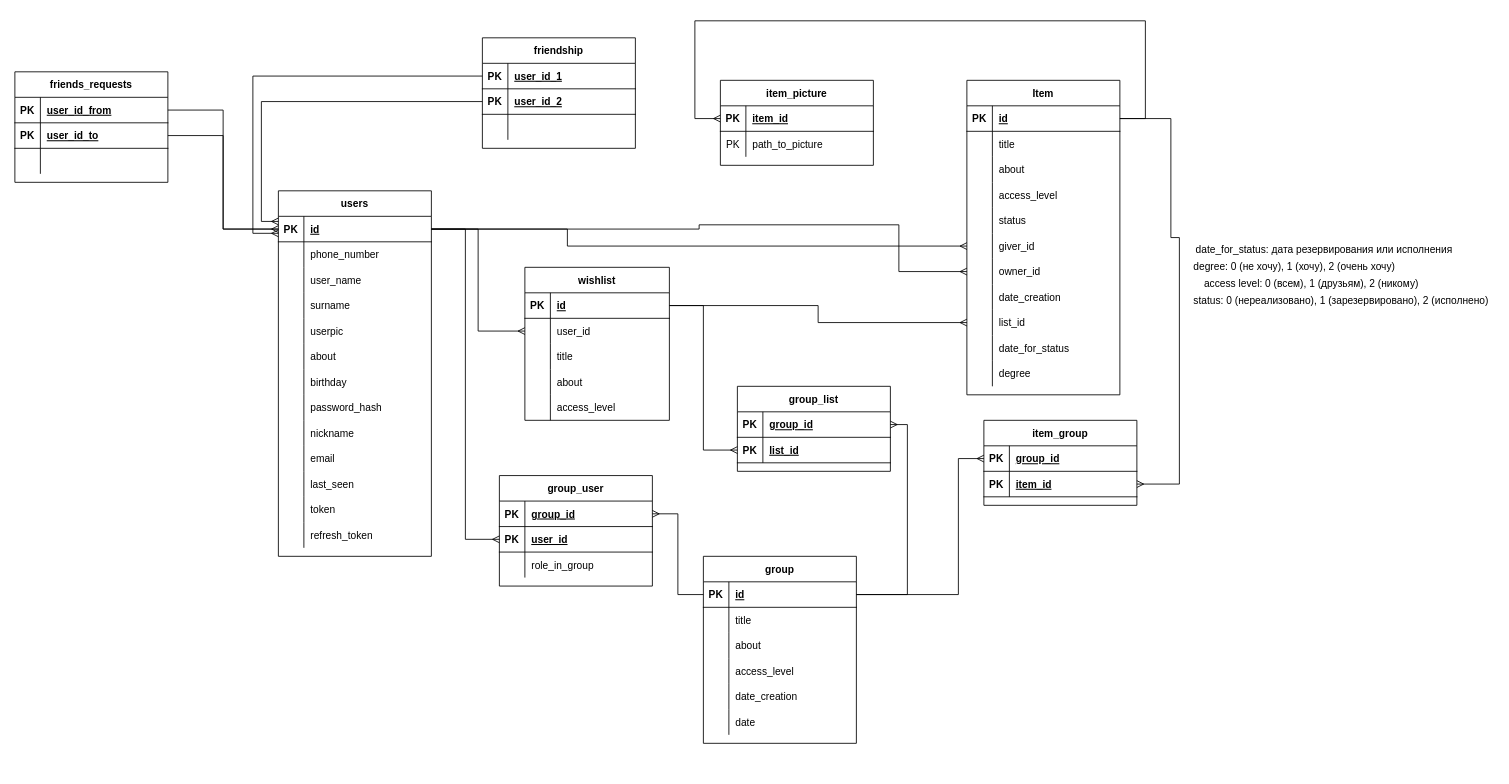
The draw.io diagram other/ER_wishlist.drawio in johuex/wishlist_GQL, before the edit. Source tidied: cells renumbered, new cells numbered last; positions are measured from the earlier drawing's top-left corner, leaving out a move shared by most shapes. Both pictures are drawn from the tidied source at 85%, with x=0, y=0 at pixel (14, 20).
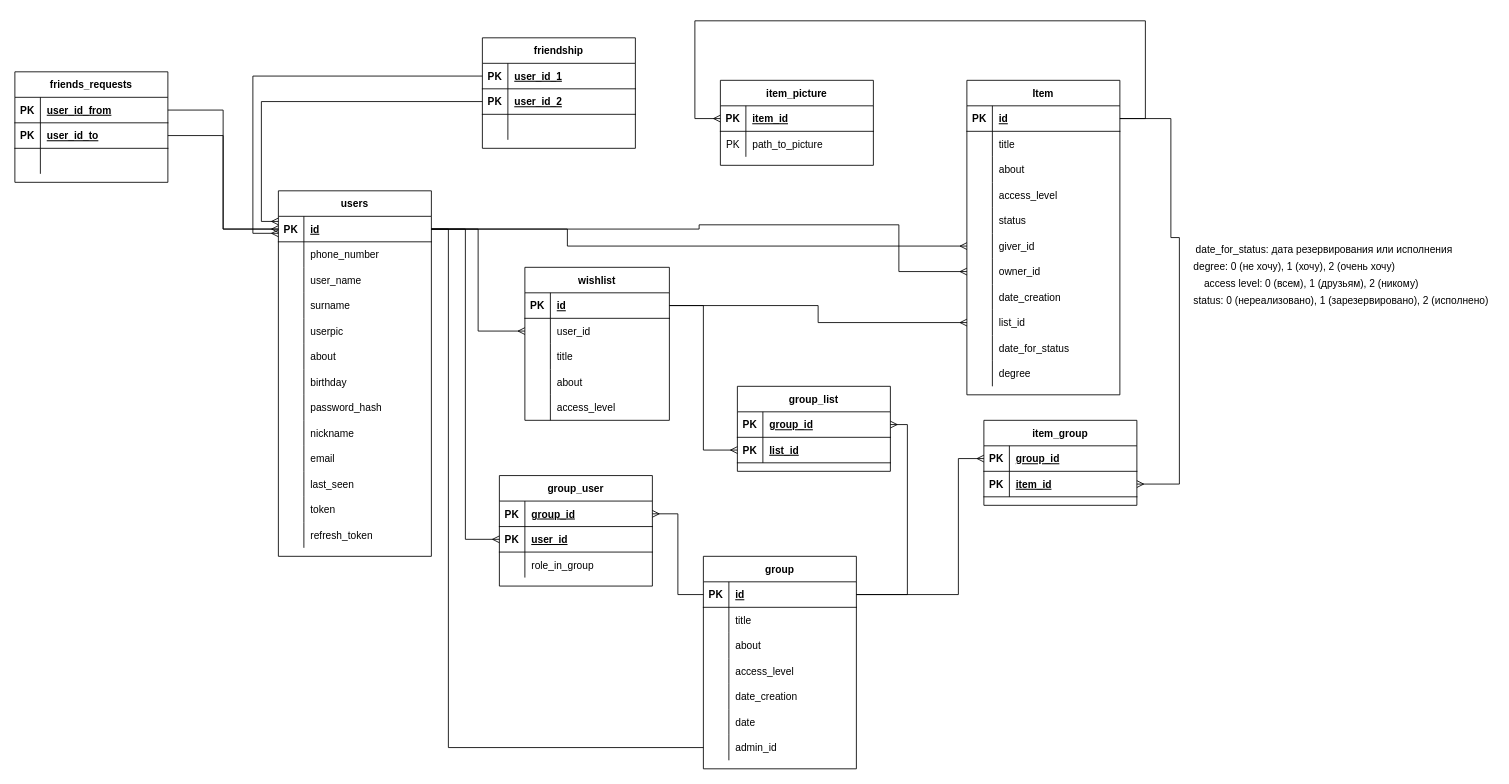
Above is the later version.

Commit message (it also covers changes not shown here):
add admin_id column in orm an db

Unchanged cells that the change refers to:
```xml
<mxCell id="3" style="shape=partialRectangle;fillColor=none;top=0;left=0;bottom=1;right=0;points=[[0,0.5],[1,0.5]];portConstraint=eastwest;" parent="2" vertex="1">
  <mxGeometry y="30" width="180" height="30" as="geometry" />
</mxCell>
```

What changed in the source:
```diff
@@
     <mxCell id="43" value="group" style="shape=table;startSize=30;childLayout=tableLayout;rowLines=0;fontStyle=1;align=center;" parent="1" vertex="1">
-      <mxGeometry x="810" y="630" width="180" height="220" as="geometry" />
+      <mxGeometry x="810" y="630" width="180" height="250" as="geometry" />
     </mxCell>
@@
+    <mxCell id="181" style="shape=partialRectangle;fillColor=none;top=0;left=0;bottom=0;right=0;" parent="43" vertex="1">
+      <mxGeometry y="180" width="180" height="30" as="geometry" />
+    </mxCell>
+    <mxCell id="182" style="shape=partialRectangle;fillColor=none;top=0;left=0;bottom=0;right=0;overflow=hidden;" parent="181" vertex="1">
+      <mxGeometry width="30" height="30" as="geometry" />
+    </mxCell>
+    <mxCell id="183" value="date" style="shape=partialRectangle;fillColor=none;top=0;left=0;bottom=0;right=0;align=left;spacingLeft=6;overflow=hidden;" parent="181" vertex="1">
+      <mxGeometry x="30" width="150" height="30" as="geometry" />
+    </mxCell>
     <mxCell id="59" style="shape=partialRectangle;fillColor=none;top=0;left=0;bottom=0;right=0;points=[[0,0.5],[1,0.5]];portConstraint=eastwest;" parent="43" vertex="1">
-      <mxGeometry y="180" width="180" height="30" as="geometry" />
+      <mxGeometry y="210" width="180" height="30" as="geometry" />
     </mxCell>
@@
-    <mxCell id="61" value="date" style="shape=partialRectangle;fillColor=none;top=0;left=0;bottom=0;right=0;align=left;spacingLeft=6;overflow=hidden;" parent="59" vertex="1">
+    <mxCell id="61" value="admin_id" style="shape=partialRectangle;fillColor=none;top=0;left=0;bottom=0;right=0;align=left;spacingLeft=6;overflow=hidden;" parent="59" vertex="1">
       <mxGeometry x="30" width="150" height="30" as="geometry" />
     </mxCell>
@@
+    <mxCell id="184" style="edgeStyle=orthogonalEdgeStyle;rounded=0;jettySize=auto;html=1;exitX=0;exitY=0.5;exitDx=0;exitDy=0;entryX=1;entryY=0.5;entryDx=0;entryDy=0;endArrow=none;endFill=0;" parent="1" edge="1" source="59" target="3">
+      <mxGeometry relative="1" as="geometry">
+        <Array as="points">
+          <mxPoint x="510" y="855" />
+          <mxPoint x="510" y="245" />
+        </Array>
+      </mxGeometry>
+    </mxCell>
```
